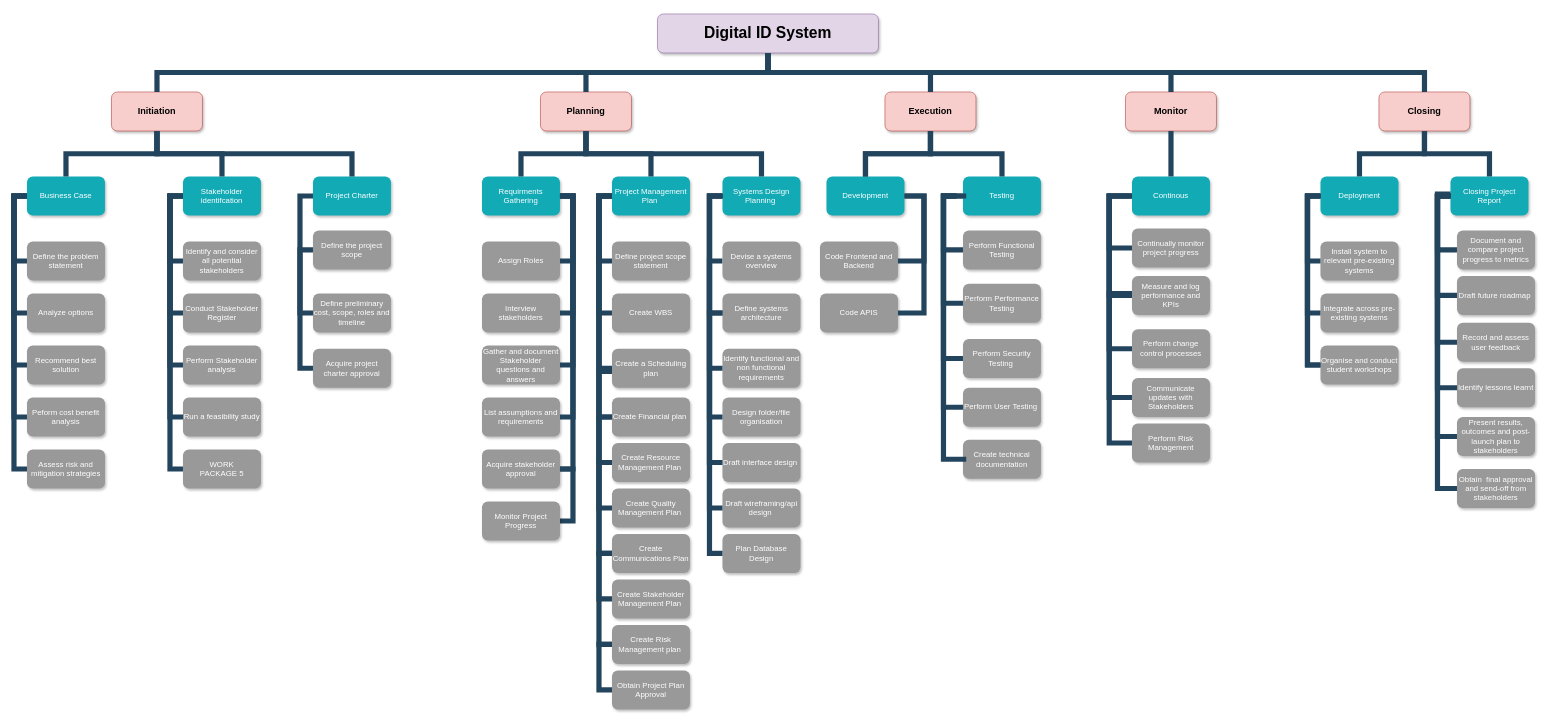
Sky-monster/Diagrams keeps this draw.io diagram as WBS Digital ID Project.drawio. Above is the earlier version. Source tidied: cells renumbered, new cells numbered last; positions are measured from the earlier drawing's top-left corner, leaving out a move shared by most shapes. Both pictures are drawn from the tidied source at 65%, with x=0, y=0 at pixel (14, 14).
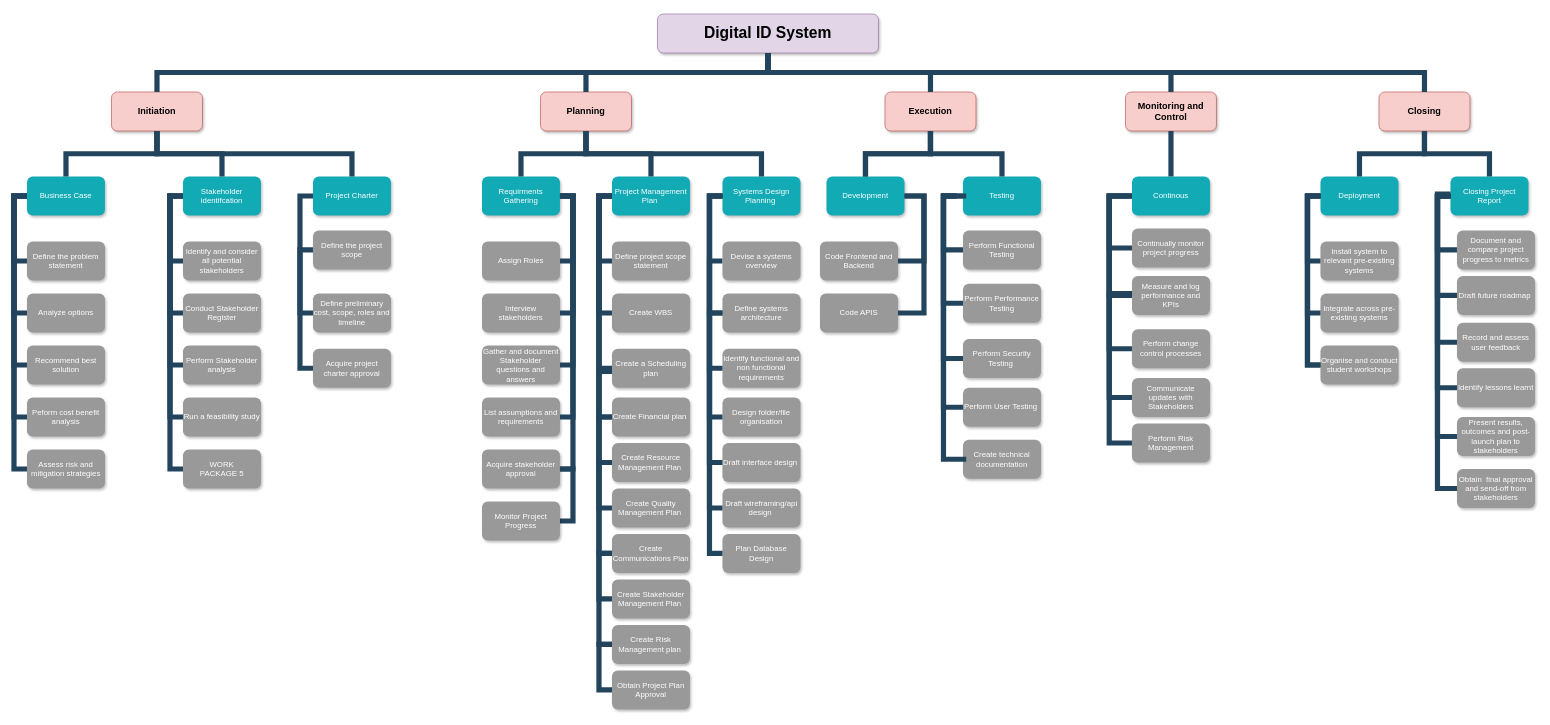
The same page after the edit.

What changed in the source:
```diff
@@
-    <mxCell id="131" value="Monitor" style="whiteSpace=wrap;rounded=1;fillColor=#f8cecc;strokeColor=#b85450;shadow=1;fontStyle=1;fontSize=14;" parent="1" vertex="1">
+    <mxCell id="131" value="Monitoring and Control" style="whiteSpace=wrap;rounded=1;fillColor=#f8cecc;strokeColor=#b85450;shadow=1;fontStyle=1;fontSize=14;" parent="1" vertex="1">
       <mxGeometry x="1710" y="120" width="140" height="60" as="geometry" />
     </mxCell>
```
